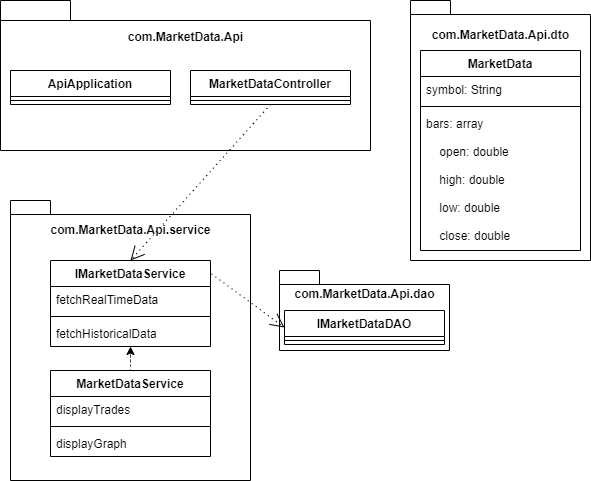
Earlier version of the draw.io export Class Diagram.drawio.png (trey368s/Market_Data_API). Source tidied: cells renumbered, new cells last; positions are measured from the earlier drawing's top-left corner, leaving out a move shared by most shapes. The source it was exported from:
```xml
<mxGraphModel>
  <root>
    <mxCell id="0" />
    <mxCell id="1" parent="0" />
    <mxCell id="2" value="&lt;div style=&quot;&quot;&gt;&lt;span style=&quot;background-color: initial;&quot;&gt;com.MarketData.Api&lt;/span&gt;&lt;/div&gt;&lt;div style=&quot;&quot;&gt;&lt;span style=&quot;background-color: initial;&quot;&gt;&lt;br&gt;&lt;/span&gt;&lt;/div&gt;&lt;div style=&quot;&quot;&gt;&lt;span style=&quot;background-color: initial;&quot;&gt;&lt;br&gt;&lt;/span&gt;&lt;/div&gt;&lt;div style=&quot;&quot;&gt;&lt;span style=&quot;background-color: initial;&quot;&gt;&lt;br&gt;&lt;/span&gt;&lt;/div&gt;&lt;div style=&quot;&quot;&gt;&lt;span style=&quot;background-color: initial;&quot;&gt;&lt;br&gt;&lt;/span&gt;&lt;/div&gt;&lt;div style=&quot;&quot;&gt;&lt;br&gt;&lt;/div&gt;&lt;div style=&quot;&quot;&gt;&lt;span style=&quot;background-color: initial;&quot;&gt;&lt;br&gt;&lt;/span&gt;&lt;/div&gt;" style="shape=folder;fontStyle=1;spacingTop=10;tabWidth=70;tabHeight=20;tabPosition=left;html=1;align=center;" parent="1" vertex="1">
      <mxGeometry width="370" height="150" as="geometry" />
    </mxCell>
    <mxCell id="3" value="ApiApplication" style="swimlane;fontStyle=1;align=center;verticalAlign=top;horizontal=1;startSize=26;" parent="1" vertex="1">
      <mxGeometry x="10" y="70" width="160" height="34" as="geometry" />
    </mxCell>
    <mxCell id="4" style="line;strokeWidth=1;fillColor=none;align=left;verticalAlign=middle;spacingTop=-1;spacingLeft=3;spacingRight=3;labelPosition=right;strokeColor=inherit;" parent="3" vertex="1">
      <mxGeometry y="26" width="160" height="8" as="geometry" />
    </mxCell>
    <mxCell id="5" value="MarketDataController" style="swimlane;fontStyle=1;align=center;verticalAlign=top;horizontal=1;startSize=26;" parent="1" vertex="1">
      <mxGeometry x="190" y="70" width="160" height="34" as="geometry" />
    </mxCell>
    <mxCell id="6" style="line;strokeWidth=1;fillColor=none;align=left;verticalAlign=middle;spacingTop=-1;spacingLeft=3;spacingRight=3;labelPosition=right;strokeColor=inherit;" parent="5" vertex="1">
      <mxGeometry y="26" width="160" height="8" as="geometry" />
    </mxCell>
    <mxCell id="7" style="edgeStyle=orthogonalEdgeStyle;rounded=0;orthogonalLoop=1;jettySize=auto;html=1;exitX=0.5;exitY=1;exitDx=0;exitDy=0;exitPerimeter=0;" parent="1" edge="1" source="2" target="2">
      <mxGeometry relative="1" as="geometry" />
    </mxCell>
    <mxCell id="8" value="com.MarketData.Api.dto&lt;br&gt;&lt;br&gt;&lt;br&gt;&lt;br&gt;&lt;br&gt;&lt;br&gt;&lt;br&gt;&lt;br&gt;&lt;br&gt;&lt;br&gt;&lt;br&gt;&lt;br&gt;&lt;br&gt;&lt;br&gt;&lt;br&gt;" style="shape=folder;fontStyle=1;spacingTop=10;tabWidth=40;tabHeight=14;tabPosition=left;html=1;" parent="1" vertex="1">
      <mxGeometry x="410" width="180" height="260" as="geometry" />
    </mxCell>
    <mxCell id="9" value="MarketData" style="swimlane;fontStyle=1;align=center;verticalAlign=top;horizontal=1;startSize=26;" parent="1" vertex="1">
      <mxGeometry x="420" y="50" width="160" height="200" as="geometry" />
    </mxCell>
    <mxCell id="10" value="symbol: String" style="text;strokeColor=none;fillColor=none;align=left;verticalAlign=top;spacingLeft=4;spacingRight=4;overflow=hidden;" parent="9" vertex="1">
      <mxGeometry y="26" width="160" height="26" as="geometry" />
    </mxCell>
    <mxCell id="11" style="line;strokeWidth=1;fillColor=none;align=left;verticalAlign=middle;spacingTop=-1;spacingLeft=3;spacingRight=3;labelPosition=right;strokeColor=inherit;" parent="9" vertex="1">
      <mxGeometry y="52" width="160" height="8" as="geometry" />
    </mxCell>
    <mxCell id="12" value="bars: array&#10;&#10;    open: double&#10;&#10;    high: double&#10;&#10;    low: double&#10;&#10;    close: double&#10;" style="text;strokeColor=none;fillColor=none;align=left;verticalAlign=top;spacingLeft=4;spacingRight=4;overflow=hidden;" parent="9" vertex="1">
      <mxGeometry y="60" width="160" height="140" as="geometry" />
    </mxCell>
    <mxCell id="13" value="com.MarketData.Api.service&lt;br&gt;&lt;br&gt;&lt;br&gt;&lt;br&gt;&lt;br&gt;&lt;br&gt;&lt;br&gt;&lt;br&gt;&lt;br&gt;&lt;br&gt;&lt;br&gt;&lt;br&gt;&lt;br&gt;&lt;br&gt;&lt;br&gt;&lt;br&gt;&lt;br&gt;" style="shape=folder;fontStyle=1;spacingTop=10;tabWidth=40;tabHeight=14;tabPosition=left;html=1;" parent="1" vertex="1">
      <mxGeometry x="10" y="200" width="240" height="280" as="geometry" />
    </mxCell>
    <mxCell id="14" value="IMarketDataService" style="swimlane;fontStyle=1;align=center;verticalAlign=top;horizontal=1;startSize=26;" parent="1" vertex="1">
      <mxGeometry x="50" y="260" width="160" height="86" as="geometry" />
    </mxCell>
    <mxCell id="15" value="fetchRealTimeData" style="text;strokeColor=none;fillColor=none;align=left;verticalAlign=top;spacingLeft=4;spacingRight=4;overflow=hidden;" parent="14" vertex="1">
      <mxGeometry y="26" width="160" height="26" as="geometry" />
    </mxCell>
    <mxCell id="16" style="line;strokeWidth=1;fillColor=none;align=left;verticalAlign=middle;spacingTop=-1;spacingLeft=3;spacingRight=3;labelPosition=right;strokeColor=inherit;" parent="14" vertex="1">
      <mxGeometry y="52" width="160" height="8" as="geometry" />
    </mxCell>
    <mxCell id="17" value="fetchHistoricalData" style="text;strokeColor=none;fillColor=none;align=left;verticalAlign=top;spacingLeft=4;spacingRight=4;overflow=hidden;points=[[0,0.5],[1,0.5]];portConstraint=eastwest;" parent="14" vertex="1">
      <mxGeometry y="60" width="160" height="26" as="geometry" />
    </mxCell>
    <mxCell id="18" style="edgeStyle=orthogonalEdgeStyle;rounded=0;jettySize=auto;html=1;exitX=0.5;exitY=0;exitDx=0;exitDy=0;dashed=1;dashPattern=1 4;" parent="1" edge="1" source="19" target="14">
      <mxGeometry relative="1" as="geometry" />
    </mxCell>
    <mxCell id="19" value="MarketDataService" style="swimlane;fontStyle=1;align=center;verticalAlign=top;horizontal=1;startSize=26;" parent="1" vertex="1">
      <mxGeometry x="50" y="370" width="160" height="86" as="geometry" />
    </mxCell>
    <mxCell id="20" value="displayTrades" style="text;strokeColor=none;fillColor=none;align=left;verticalAlign=top;spacingLeft=4;spacingRight=4;overflow=hidden;" parent="19" vertex="1">
      <mxGeometry y="26" width="160" height="26" as="geometry" />
    </mxCell>
    <mxCell id="21" style="line;strokeWidth=1;fillColor=none;align=left;verticalAlign=middle;spacingTop=-1;spacingLeft=3;spacingRight=3;labelPosition=right;strokeColor=inherit;" parent="19" vertex="1">
      <mxGeometry y="52" width="160" height="8" as="geometry" />
    </mxCell>
    <mxCell id="22" value="displayGraph" style="text;strokeColor=none;fillColor=none;align=left;verticalAlign=top;spacingLeft=4;spacingRight=4;overflow=hidden;" parent="19" vertex="1">
      <mxGeometry y="60" width="160" height="26" as="geometry" />
    </mxCell>
    <mxCell id="23" style="endArrow=open;endFill=1;endSize=12;html=1;rounded=0;dashed=1;dashPattern=1 4;entryX=0.5;entryY=0;entryDx=0;entryDy=0;exitX=0.5;exitY=1;exitDx=0;exitDy=0;" parent="1" edge="1" source="5" target="14">
      <mxGeometry relative="1" as="geometry" />
    </mxCell>
    <mxCell id="24" value="com.MarketData.Api.dao&lt;br&gt;&lt;br&gt;&lt;br&gt;&lt;br&gt;" style="shape=folder;fontStyle=1;spacingTop=10;tabWidth=40;tabHeight=14;tabPosition=left;html=1;" parent="1" vertex="1">
      <mxGeometry x="279" y="270" width="170" height="80" as="geometry" />
    </mxCell>
    <mxCell id="25" value="IMarketDataDAO" style="swimlane;fontStyle=1;align=center;verticalAlign=top;horizontal=1;startSize=26;" parent="1" vertex="1">
      <mxGeometry x="284" y="310" width="160" height="34" as="geometry" />
    </mxCell>
    <mxCell id="26" style="line;strokeWidth=1;fillColor=none;align=left;verticalAlign=middle;spacingTop=-1;spacingLeft=3;spacingRight=3;labelPosition=right;strokeColor=inherit;" parent="25" vertex="1">
      <mxGeometry y="26" width="160" height="8" as="geometry" />
    </mxCell>
    <mxCell id="27" style="endArrow=open;endFill=1;endSize=12;html=1;rounded=0;dashed=1;dashPattern=1 4;entryX=0;entryY=0.5;entryDx=0;entryDy=0;exitX=1.006;exitY=0.155;exitDx=0;exitDy=0;exitPerimeter=0;" parent="1" edge="1" source="14" target="25">
      <mxGeometry relative="1" as="geometry" />
    </mxCell>
  </root>
</mxGraphModel>
```
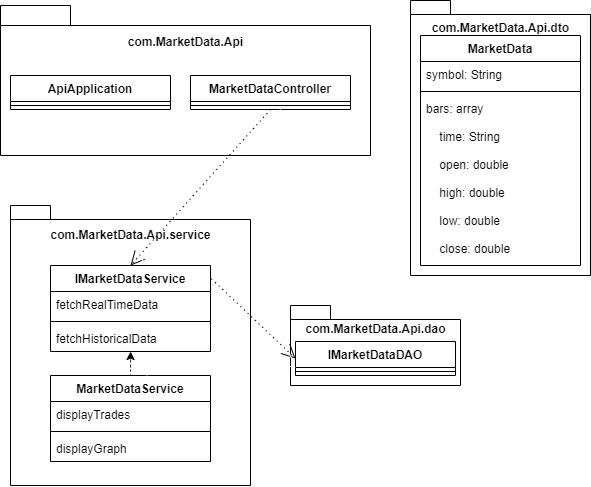
Later version of the same file.

The edit, as a diff of the source:
```diff
@@ -20,11 +20,11 @@
     <mxCell id="7" style="edgeStyle=orthogonalEdgeStyle;rounded=0;orthogonalLoop=1;jettySize=auto;html=1;exitX=0.5;exitY=1;exitDx=0;exitDy=0;exitPerimeter=0;" parent="1" edge="1" source="2" target="2">
       <mxGeometry relative="1" as="geometry" />
     </mxCell>
-    <mxCell id="8" value="com.MarketData.Api.dto&lt;br&gt;&lt;br&gt;&lt;br&gt;&lt;br&gt;&lt;br&gt;&lt;br&gt;&lt;br&gt;&lt;br&gt;&lt;br&gt;&lt;br&gt;&lt;br&gt;&lt;br&gt;&lt;br&gt;&lt;br&gt;&lt;br&gt;" style="shape=folder;fontStyle=1;spacingTop=10;tabWidth=40;tabHeight=14;tabPosition=left;html=1;" parent="1" vertex="1">
-      <mxGeometry x="410" width="180" height="260" as="geometry" />
+    <mxCell id="8" value="com.MarketData.Api.dto&lt;br&gt;&lt;br&gt;&lt;br&gt;&lt;br&gt;&lt;br&gt;&lt;br&gt;&lt;br&gt;&lt;br&gt;&lt;br&gt;&lt;br&gt;&lt;br&gt;&lt;br&gt;&lt;br&gt;&lt;br&gt;&lt;br&gt;&lt;br&gt;&lt;br&gt;" style="shape=folder;fontStyle=1;spacingTop=10;tabWidth=40;tabHeight=14;tabPosition=left;html=1;" parent="1" vertex="1">
+      <mxGeometry x="410" y="-5" width="180" height="275" as="geometry" />
     </mxCell>
     <mxCell id="9" value="MarketData" style="swimlane;fontStyle=1;align=center;verticalAlign=top;horizontal=1;startSize=26;" parent="1" vertex="1">
-      <mxGeometry x="420" y="50" width="160" height="200" as="geometry" />
+      <mxGeometry x="420" y="30" width="160" height="230" as="geometry" />
     </mxCell>
     <mxCell id="10" value="symbol: String" style="text;strokeColor=none;fillColor=none;align=left;verticalAlign=top;spacingLeft=4;spacingRight=4;overflow=hidden;" parent="9" vertex="1">
       <mxGeometry y="26" width="160" height="26" as="geometry" />
@@ -32,8 +32,8 @@
     <mxCell id="11" style="line;strokeWidth=1;fillColor=none;align=left;verticalAlign=middle;spacingTop=-1;spacingLeft=3;spacingRight=3;labelPosition=right;strokeColor=inherit;" parent="9" vertex="1">
       <mxGeometry y="52" width="160" height="8" as="geometry" />
     </mxCell>
-    <mxCell id="12" value="bars: array&#10;&#10;    open: double&#10;&#10;    high: double&#10;&#10;    low: double&#10;&#10;    close: double&#10;" style="text;strokeColor=none;fillColor=none;align=left;verticalAlign=top;spacingLeft=4;spacingRight=4;overflow=hidden;" parent="9" vertex="1">
-      <mxGeometry y="60" width="160" height="140" as="geometry" />
+    <mxCell id="12" value="bars: array&#10;&#10;    time: String&#10;&#10;    open: double&#10;&#10;    high: double&#10;&#10;    low: double&#10;&#10;    close: double&#10;" style="text;strokeColor=none;fillColor=none;align=left;verticalAlign=top;spacingLeft=4;spacingRight=4;overflow=hidden;" parent="9" vertex="1">
+      <mxGeometry y="60" width="160" height="170" as="geometry" />
     </mxCell>
     <mxCell id="13" value="com.MarketData.Api.service&lt;br&gt;&lt;br&gt;&lt;br&gt;&lt;br&gt;&lt;br&gt;&lt;br&gt;&lt;br&gt;&lt;br&gt;&lt;br&gt;&lt;br&gt;&lt;br&gt;&lt;br&gt;&lt;br&gt;&lt;br&gt;&lt;br&gt;&lt;br&gt;&lt;br&gt;" style="shape=folder;fontStyle=1;spacingTop=10;tabWidth=40;tabHeight=14;tabPosition=left;html=1;" parent="1" vertex="1">
       <mxGeometry x="10" y="200" width="240" height="280" as="geometry" />
@@ -69,10 +69,10 @@
       <mxGeometry relative="1" as="geometry" />
     </mxCell>
     <mxCell id="24" value="com.MarketData.Api.dao&lt;br&gt;&lt;br&gt;&lt;br&gt;&lt;br&gt;" style="shape=folder;fontStyle=1;spacingTop=10;tabWidth=40;tabHeight=14;tabPosition=left;html=1;" parent="1" vertex="1">
-      <mxGeometry x="279" y="270" width="170" height="80" as="geometry" />
+      <mxGeometry x="290" y="300" width="170" height="80" as="geometry" />
     </mxCell>
     <mxCell id="25" value="IMarketDataDAO" style="swimlane;fontStyle=1;align=center;verticalAlign=top;horizontal=1;startSize=26;" parent="1" vertex="1">
-      <mxGeometry x="284" y="310" width="160" height="34" as="geometry" />
+      <mxGeometry x="295" y="336" width="160" height="34" as="geometry" />
     </mxCell>
     <mxCell id="26" style="line;strokeWidth=1;fillColor=none;align=left;verticalAlign=middle;spacingTop=-1;spacingLeft=3;spacingRight=3;labelPosition=right;strokeColor=inherit;" parent="25" vertex="1">
       <mxGeometry y="26" width="160" height="8" as="geometry" />
@@ -80,5 +80,20 @@
     <mxCell id="27" style="endArrow=open;endFill=1;endSize=12;html=1;rounded=0;dashed=1;dashPattern=1 4;entryX=0;entryY=0.5;entryDx=0;entryDy=0;exitX=1.006;exitY=0.155;exitDx=0;exitDy=0;exitPerimeter=0;" parent="1" edge="1" source="14" target="25">
       <mxGeometry relative="1" as="geometry" />
     </mxCell>
+    <mxCell id="28" style="endArrow=open;endFill=1;endSize=12;html=1;rounded=0;dashed=1;dashPattern=1 4;entryX=0.5;entryY=0;entryDx=0;entryDy=0;exitX=0.5;exitY=1;exitDx=0;exitDy=0;strokeColor=#FFFFFF;" parent="1" edge="1">
+      <mxGeometry relative="1" as="geometry">
+        <mxPoint x="280" y="104" as="sourcePoint" />
+        <mxPoint x="140" y="260" as="targetPoint" />
+      </mxGeometry>
+    </mxCell>
+    <mxCell id="29" style="edgeStyle=orthogonalEdgeStyle;rounded=0;jettySize=auto;html=1;exitX=0.601;exitY=0.008;exitDx=0;exitDy=0;dashed=1;dashPattern=1 4;entryX=0.623;entryY=1.067;entryDx=0;entryDy=0;entryPerimeter=0;exitPerimeter=0;strokeColor=#FFFFFF;" parent="1" edge="1" source="19" target="17">
+      <mxGeometry relative="1" as="geometry" />
+    </mxCell>
+    <mxCell id="30" style="endArrow=open;endFill=1;endSize=12;html=1;rounded=0;dashed=1;dashPattern=1 4;entryX=0;entryY=0.5;entryDx=0;entryDy=0;exitX=1.006;exitY=0.155;exitDx=0;exitDy=0;exitPerimeter=0;strokeColor=#FFFFFF;" parent="1" edge="1">
+      <mxGeometry relative="1" as="geometry">
+        <mxPoint x="211" y="283.3" as="sourcePoint" />
+        <mxPoint x="295" y="363" as="targetPoint" />
+      </mxGeometry>
+    </mxCell>
   </root>
 </mxGraphModel>
```
